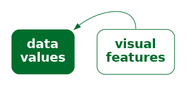
This is Diagrams/learned-decode.png from pmur002/hdvw, a Graphviz export, as it was before one commit. Its source is kept beside it as Diagrams/learned-decode.dot.
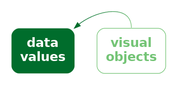
The same diagram one commit later.

Diff of the diagram source:
```diff
@@ -2,8 +2,8 @@
   graph [ rankdir=LR; margin=.2; nodesep=.5 ];
   node [ fontsize=20; fontname="sans bold"; margin=.2 ];
   data [ label="data\nvalues"; shape=box; style="filled, rounded"; penwidth=0; fontcolor=white; fillcolor="#006D2C" ]
-  vis [ label="visual\nfeatures"; shape=box;
-     style="rounded"; color="#006D2C"; fontcolor="#006D2C" ]
-  data -> vis [ style="bold"; penwidth=1; color="#006D2C" ] [ style="invis" ]
-  vis:n -> data:ne [ style="solid", color="#006D2C" ]
+  obj [ label="visual\nobjects"; shape=box;
+     style="rounded"; color="#74C476"; fontcolor="#74C476" ]
+  data -> obj [ style="bold"; penwidth=1; color="#006D2C;0.1:#0D7734;0.1:#1A803C;0.1:#278A45;0.1:#34944D;0.1:#409D55;0.1:#4DA75D;0.1:#5AB166;0.1:#67BA6E;0.1:#74C476;0.1" ] [ style="invis" ]
+  obj:n -> data:ne [ style="solid", color="#74C476;0.1:#67BA6E;0.1:#5AB166;0.1:#4DA75D;0.1:#409D55;0.1:#34944D;0.1:#278A45;0.1:#1A803C;0.1:#0D7734;0.1:#006D2C;0.1" ]
 }
```
